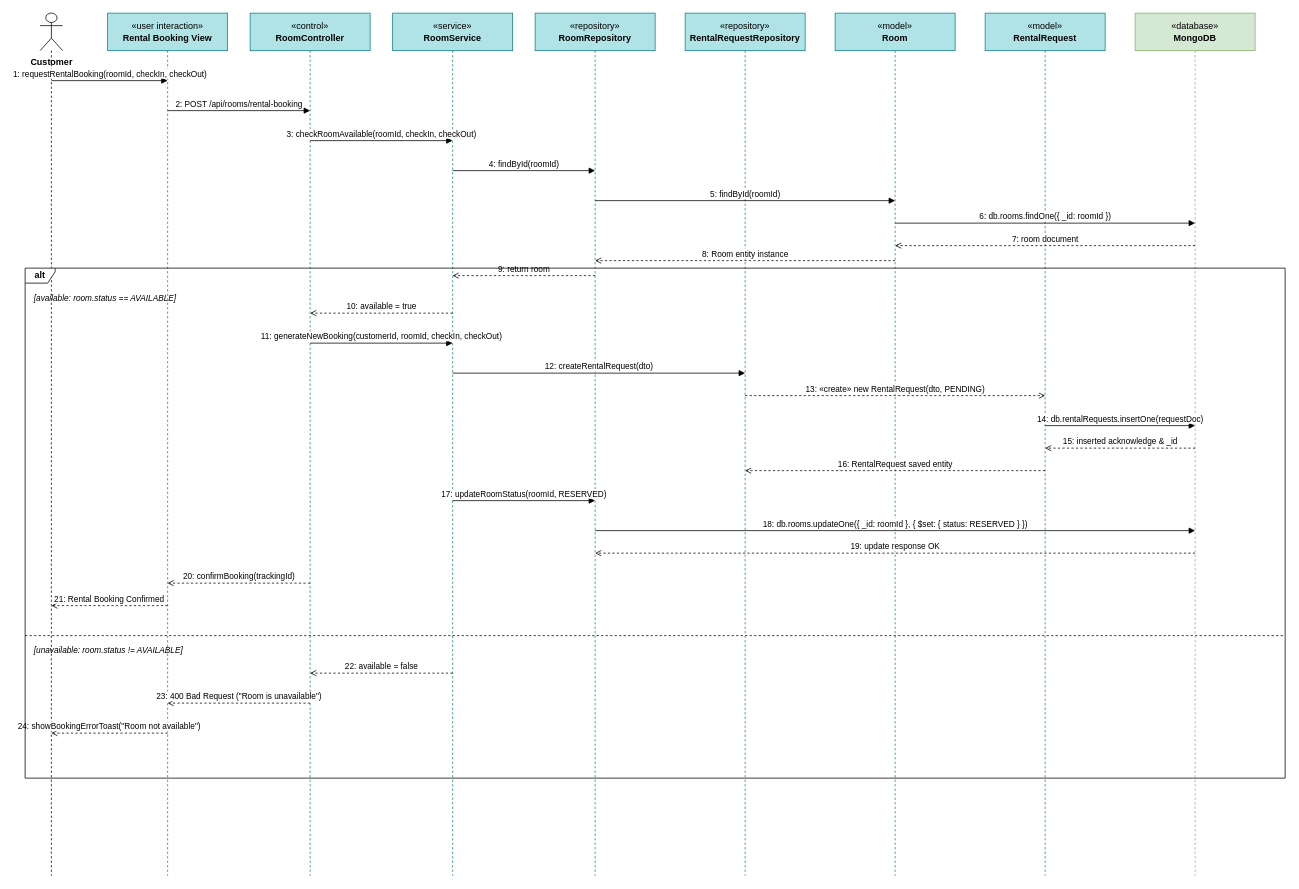
Earlier version of the draw.io diagram docs/diagrams/UC-M03_Request_Rental_SequenceDiagram.drawio (WanFJava/MotalManagementSystems). Source tidied: cells renumbered, new cells numbered last; positions are measured from the earlier drawing's top-left corner, leaving out a move shared by most shapes. Both pictures are drawn from the tidied source at 75%, with x=0, y=0 at pixel (25, 13).
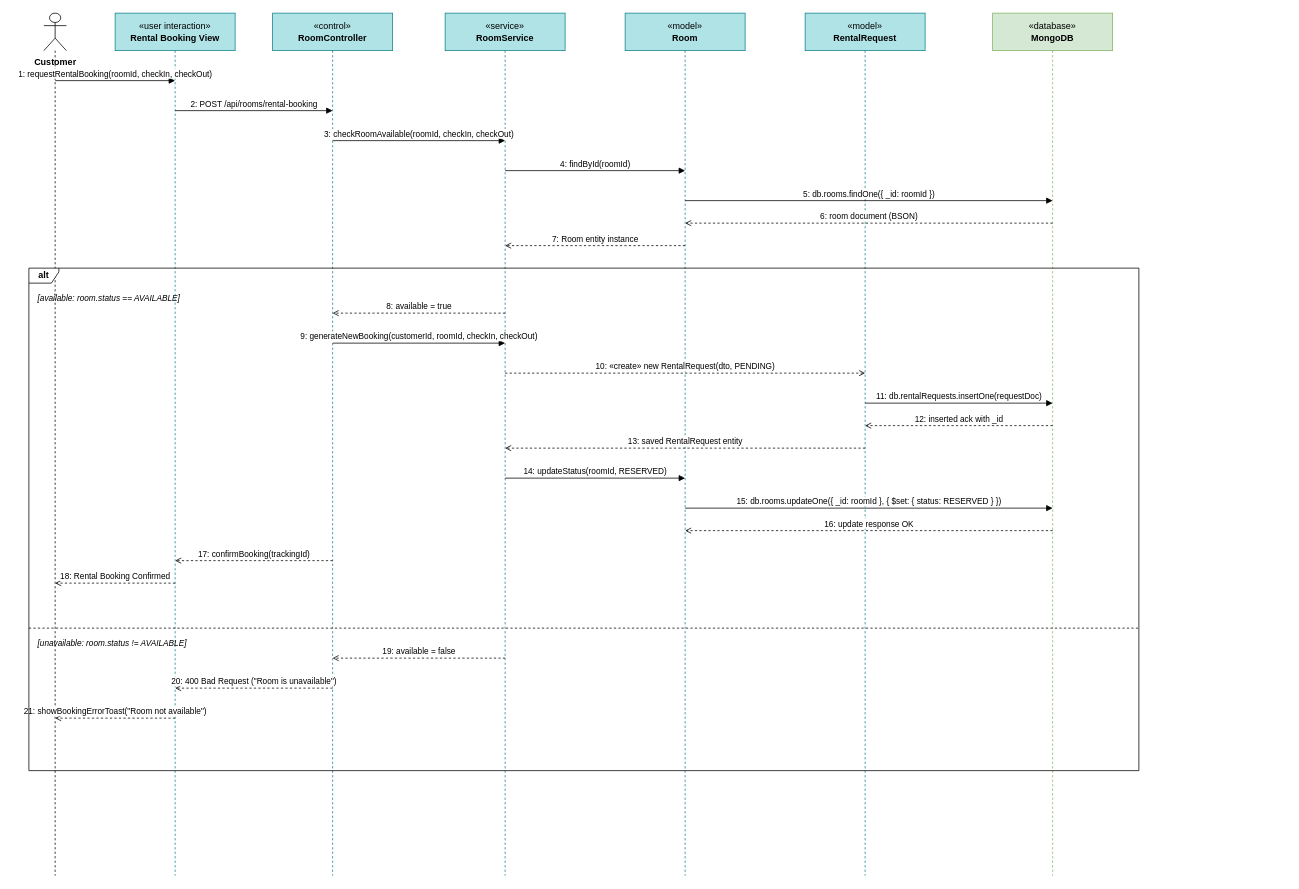
The same diagram, later.

What changed in the source:
```diff
@@
     <mxCell id="2" value="Customer" style="shape=umlLifeline;participant=umlActor;perimeter=lifelinePerimeter;whiteSpace=nowrap;html=1;verticalAlign=top;spacingTop=52;size=50;fontStyle=1;" parent="1" vertex="1">
-      <mxGeometry x="20" width="30" height="1150" as="geometry" />
+      <mxGeometry x="25" width="30" height="1150" as="geometry" />
     </mxCell>
     <mxCell id="3" value="&amp;laquo;user interaction&amp;raquo;&lt;br&gt;&lt;b&gt;Rental Booking View&lt;/b&gt;" style="shape=umlLifeline;perimeter=lifelinePerimeter;whiteSpace=wrap;html=1;size=50;fillColor=#b0e3e6;strokeColor=#0e8088;" parent="1" vertex="1">
-      <mxGeometry x="110" width="160" height="1150" as="geometry" />
+      <mxGeometry x="120" width="160" height="1150" as="geometry" />
     </mxCell>
     <mxCell id="4" value="&amp;laquo;control&amp;raquo;&lt;br&gt;&lt;b&gt;RoomController&lt;/b&gt;" style="shape=umlLifeline;perimeter=lifelinePerimeter;whiteSpace=wrap;html=1;size=50;fillColor=#b0e3e6;strokeColor=#0e8088;" parent="1" vertex="1">
-      <mxGeometry x="300" width="160" height="1150" as="geometry" />
+      <mxGeometry x="330" width="160" height="1150" as="geometry" />
     </mxCell>
     <mxCell id="5" value="&amp;laquo;service&amp;raquo;&lt;br&gt;&lt;b&gt;RoomService&lt;/b&gt;" style="shape=umlLifeline;perimeter=lifelinePerimeter;whiteSpace=wrap;html=1;size=50;fillColor=#b0e3e6;strokeColor=#0e8088;" parent="1" vertex="1">
-      <mxGeometry x="490" width="160" height="1150" as="geometry" />
+      <mxGeometry x="560" width="160" height="1150" as="geometry" />
     </mxCell>
-    <mxCell id="6" value="&amp;laquo;repository&amp;raquo;&lt;br&gt;&lt;b&gt;RoomRepository&lt;/b&gt;" style="shape=umlLifeline;perimeter=lifelinePerimeter;whiteSpace=wrap;html=1;size=50;fillColor=#b0e3e6;strokeColor=#0e8088;" parent="1" vertex="1">
-      <mxGeometry x="680" width="160" height="1150" as="geometry" />
+    <mxCell id="6" value="&amp;laquo;model&amp;raquo;&lt;br&gt;&lt;b&gt;Room&lt;/b&gt;" style="shape=umlLifeline;perimeter=lifelinePerimeter;whiteSpace=wrap;html=1;size=50;fillColor=#b0e3e6;strokeColor=#0e8088;" parent="1" vertex="1">
+      <mxGeometry x="800" width="160" height="1150" as="geometry" />
     </mxCell>
-    <mxCell id="7" value="&amp;laquo;repository&amp;raquo;&lt;br&gt;&lt;b&gt;RentalRequestRepository&lt;/b&gt;" style="shape=umlLifeline;perimeter=lifelinePerimeter;whiteSpace=wrap;html=1;size=50;fillColor=#b0e3e6;strokeColor=#0e8088;" parent="1" vertex="1">
-      <mxGeometry x="880" width="160" height="1150" as="geometry" />
+    <mxCell id="7" value="&amp;laquo;model&amp;raquo;&lt;br&gt;&lt;b&gt;RentalRequest&lt;/b&gt;" style="shape=umlLifeline;perimeter=lifelinePerimeter;whiteSpace=wrap;html=1;size=50;fillColor=#b0e3e6;strokeColor=#0e8088;" parent="1" vertex="1">
+      <mxGeometry x="1040" width="160" height="1150" as="geometry" />
     </mxCell>
-    <mxCell id="8" value="&amp;laquo;model&amp;raquo;&lt;br&gt;&lt;b&gt;Room&lt;/b&gt;" style="shape=umlLifeline;perimeter=lifelinePerimeter;whiteSpace=wrap;html=1;size=50;fillColor=#b0e3e6;strokeColor=#0e8088;" parent="1" vertex="1">
-      <mxGeometry x="1080" width="160" height="1150" as="geometry" />
+    <mxCell id="8" value="&amp;laquo;database&amp;raquo;&lt;br&gt;&lt;b&gt;MongoDB&lt;/b&gt;" style="shape=umlLifeline;perimeter=lifelinePerimeter;whiteSpace=wrap;html=1;size=50;fillColor=#d5e8d4;strokeColor=#82b366;" parent="1" vertex="1">
+      <mxGeometry x="1290" width="160" height="1150" as="geometry" />
     </mxCell>
-    <mxCell id="9" value="&amp;laquo;model&amp;raquo;&lt;br&gt;&lt;b&gt;RentalRequest&lt;/b&gt;" style="shape=umlLifeline;perimeter=lifelinePerimeter;whiteSpace=wrap;html=1;size=50;fillColor=#b0e3e6;strokeColor=#0e8088;" parent="1" vertex="1">
-      <mxGeometry x="1280" width="160" height="1150" as="geometry" />
-    </mxCell>
-    <mxCell id="10" value="&amp;laquo;database&amp;raquo;&lt;br&gt;&lt;b&gt;MongoDB&lt;/b&gt;" style="shape=umlLifeline;perimeter=lifelinePerimeter;whiteSpace=wrap;html=1;size=50;fillColor=#d5e8d4;strokeColor=#82b366;" parent="1" vertex="1">
-      <mxGeometry x="1480" width="160" height="1150" as="geometry" />
-    </mxCell>
     <mxCell id="11" value="1: requestRentalBooking(roomId, checkIn, checkOut)" style="endArrow=block;endFill=1;html=1;rounded=0;exitX=0.5;exitY=0;entryX=0.5;entryY=0;fontSize=11;verticalAlign=bottom;" parent="1" edge="1">
       <mxGeometry relative="1" as="geometry">
-        <mxPoint x="35" y="90" as="sourcePoint" />
-        <mxPoint x="190" y="90" as="targetPoint" />
+        <mxPoint x="40" y="90" as="sourcePoint" />
+        <mxPoint x="200" y="90" as="targetPoint" />
       </mxGeometry>
     </mxCell>
     <mxCell id="12" value="2: POST /api/rooms/rental-booking" style="endArrow=block;endFill=1;html=1;rounded=0;exitX=0.5;exitY=0;entryX=0.5;entryY=0;fontSize=11;verticalAlign=bottom;" parent="1" edge="1">
       <mxGeometry relative="1" as="geometry">
-        <mxPoint x="190" y="130" as="sourcePoint" />
-        <mxPoint x="380" y="130" as="targetPoint" />
+        <mxPoint x="200" y="130" as="sourcePoint" />
+        <mxPoint x="410" y="130" as="targetPoint" />
       </mxGeometry>
     </mxCell>
     <mxCell id="13" value="3: checkRoomAvailable(roomId, checkIn, checkOut)" style="endArrow=block;endFill=1;html=1;rounded=0;exitX=0.5;exitY=0;entryX=0.5;entryY=0;fontSize=11;verticalAlign=bottom;" parent="1" edge="1">
       <mxGeometry relative="1" as="geometry">
-        <mxPoint x="380" y="170" as="sourcePoint" />
-        <mxPoint x="570" y="170" as="targetPoint" />
+        <mxPoint x="410" y="170" as="sourcePoint" />
+        <mxPoint x="640" y="170" as="targetPoint" />
       </mxGeometry>
     </mxCell>
     <mxCell id="14" value="4: findById(roomId)" style="endArrow=block;endFill=1;html=1;rounded=0;exitX=0.5;exitY=0;entryX=0.5;entryY=0;fontSize=11;verticalAlign=bottom;" parent="1" edge="1">
       <mxGeometry relative="1" as="geometry">
-        <mxPoint x="570" y="210" as="sourcePoint" />
-        <mxPoint x="760" y="210" as="targetPoint" />
+        <mxPoint x="640" y="210" as="sourcePoint" />
+        <mxPoint x="880" y="210" as="targetPoint" />
       </mxGeometry>
     </mxCell>
-    <mxCell id="15" value="5: findById(roomId)" style="endArrow=block;endFill=1;html=1;rounded=0;exitX=0.5;exitY=0;entryX=0.5;entryY=0;fontSize=11;verticalAlign=bottom;" parent="1" edge="1">
+    <mxCell id="15" value="5: db.rooms.findOne({ _id: roomId })" style="endArrow=block;endFill=1;html=1;rounded=0;exitX=0.5;exitY=0;entryX=0.5;entryY=0;fontSize=11;verticalAlign=bottom;" parent="1" edge="1">
       <mxGeometry relative="1" as="geometry">
-        <mxPoint x="760" y="250" as="sourcePoint" />
-        <mxPoint x="1160" y="250" as="targetPoint" />
+        <mxPoint x="880" y="250" as="sourcePoint" />
+        <mxPoint x="1370" y="250" as="targetPoint" />
       </mxGeometry>
     </mxCell>
-    <mxCell id="16" value="6: db.rooms.findOne({ _id: roomId })" style="endArrow=block;endFill=1;html=1;rounded=0;exitX=0.5;exitY=0;entryX=0.5;entryY=0;fontSize=11;verticalAlign=bottom;" parent="1" edge="1">
+    <mxCell id="16" value="6: room document (BSON)" style="endArrow=open;dashed=1;endFill=0;html=1;rounded=0;exitX=0.5;exitY=0;entryX=0.5;entryY=0;fontSize=11;verticalAlign=bottom;" parent="1" edge="1">
       <mxGeometry relative="1" as="geometry">
-        <mxPoint x="1160" y="280" as="sourcePoint" />
-        <mxPoint x="1560" y="280" as="targetPoint" />
+        <mxPoint x="1370" y="280" as="sourcePoint" />
+        <mxPoint x="880" y="280" as="targetPoint" />
       </mxGeometry>
     </mxCell>
-    <mxCell id="17" value="7: room document" style="endArrow=open;dashed=1;endFill=0;html=1;rounded=0;exitX=0.5;exitY=0;entryX=0.5;entryY=0;fontSize=11;verticalAlign=bottom;" parent="1" edge="1">
+    <mxCell id="17" value="7: Room entity instance" style="endArrow=open;dashed=1;endFill=0;html=1;rounded=0;exitX=0.5;exitY=0;entryX=0.5;entryY=0;fontSize=11;verticalAlign=bottom;" parent="1" edge="1">
       <mxGeometry relative="1" as="geometry">
-        <mxPoint x="1560" y="310" as="sourcePoint" />
-        <mxPoint x="1160" y="310" as="targetPoint" />
+        <mxPoint x="880" y="310" as="sourcePoint" />
+        <mxPoint x="640" y="310" as="targetPoint" />
       </mxGeometry>
     </mxCell>
-    <mxCell id="18" value="8: Room entity instance" style="endArrow=open;dashed=1;endFill=0;html=1;rounded=0;exitX=0.5;exitY=0;entryX=0.5;entryY=0;fontSize=11;verticalAlign=bottom;" parent="1" edge="1">
+    <mxCell id="18" value="8: available = true" style="endArrow=open;dashed=1;endFill=0;html=1;rounded=0;exitX=0.5;exitY=0;entryX=0.5;entryY=0;fontSize=11;verticalAlign=bottom;" parent="1" edge="1">
       <mxGeometry relative="1" as="geometry">
-        <mxPoint x="1160" y="330" as="sourcePoint" />
-        <mxPoint x="760" y="330" as="targetPoint" />
+        <mxPoint x="640" y="400" as="sourcePoint" />
+        <mxPoint x="410" y="400" as="targetPoint" />
       </mxGeometry>
     </mxCell>
-    <mxCell id="19" value="9: return room" style="endArrow=open;dashed=1;endFill=0;html=1;rounded=0;exitX=0.5;exitY=0;entryX=0.5;entryY=0;fontSize=11;verticalAlign=bottom;" parent="1" edge="1">
+    <mxCell id="19" value="9: generateNewBooking(customerId, roomId, checkIn, checkOut)" style="endArrow=block;endFill=1;html=1;rounded=0;exitX=0.5;exitY=0;entryX=0.5;entryY=0;fontSize=11;verticalAlign=bottom;" parent="1" edge="1">
       <mxGeometry relative="1" as="geometry">
-        <mxPoint x="760" y="350" as="sourcePoint" />
-        <mxPoint x="570" y="350" as="targetPoint" />
+        <mxPoint x="410" y="440" as="sourcePoint" />
+        <mxPoint x="640" y="440" as="targetPoint" />
       </mxGeometry>
     </mxCell>
-    <mxCell id="20" value="10: available = true" style="endArrow=open;dashed=1;endFill=0;html=1;rounded=0;exitX=0.5;exitY=0;entryX=0.5;entryY=0;fontSize=11;verticalAlign=bottom;" parent="1" edge="1">
+    <mxCell id="20" value="10: «create» new RentalRequest(dto, PENDING)" style="endArrow=open;dashed=1;endFill=0;html=1;rounded=0;exitX=0.5;exitY=0;entryX=0.5;entryY=0;fontSize=11;verticalAlign=bottom;" parent="1" edge="1">
       <mxGeometry relative="1" as="geometry">
-        <mxPoint x="570" y="400" as="sourcePoint" />
-        <mxPoint x="380" y="400" as="targetPoint" />
+        <mxPoint x="640" y="480" as="sourcePoint" />
+        <mxPoint x="1120" y="480" as="targetPoint" />
       </mxGeometry>
     </mxCell>
-    <mxCell id="21" value="11: generateNewBooking(customerId, roomId, checkIn, checkOut)" style="endArrow=block;endFill=1;html=1;rounded=0;exitX=0.5;exitY=0;entryX=0.5;entryY=0;fontSize=11;verticalAlign=bottom;" parent="1" edge="1">
+    <mxCell id="21" value="11: db.rentalRequests.insertOne(requestDoc)" style="endArrow=block;endFill=1;html=1;rounded=0;exitX=0.5;exitY=0;entryX=0.5;entryY=0;fontSize=11;verticalAlign=bottom;" parent="1" edge="1">
       <mxGeometry relative="1" as="geometry">
-        <mxPoint x="380" y="440" as="sourcePoint" />
-        <mxPoint x="570" y="440" as="targetPoint" />
+        <mxPoint x="1120" y="520" as="sourcePoint" />
+        <mxPoint x="1370" y="520" as="targetPoint" />
       </mxGeometry>
     </mxCell>
-    <mxCell id="22" value="12: createRentalRequest(dto)" style="endArrow=block;endFill=1;html=1;rounded=0;exitX=0.5;exitY=0;entryX=0.5;entryY=0;fontSize=11;verticalAlign=bottom;" parent="1" edge="1">
+    <mxCell id="22" value="12: inserted ack with _id" style="endArrow=open;dashed=1;endFill=0;html=1;rounded=0;exitX=0.5;exitY=0;entryX=0.5;entryY=0;fontSize=11;verticalAlign=bottom;" parent="1" edge="1">
       <mxGeometry relative="1" as="geometry">
-        <mxPoint x="570" y="480" as="sourcePoint" />
-        <mxPoint x="960" y="480" as="targetPoint" />
+        <mxPoint x="1370" y="550" as="sourcePoint" />
+        <mxPoint x="1120" y="550" as="targetPoint" />
       </mxGeometry>
     </mxCell>
-    <mxCell id="23" value="13: «create» new RentalRequest(dto, PENDING)" style="endArrow=open;dashed=1;endFill=0;html=1;rounded=0;exitX=0.5;exitY=0;entryX=0.5;entryY=0;fontSize=11;verticalAlign=bottom;" parent="1" edge="1">
+    <mxCell id="23" value="13: saved RentalRequest entity" style="endArrow=open;dashed=1;endFill=0;html=1;rounded=0;exitX=0.5;exitY=0;entryX=0.5;entryY=0;fontSize=11;verticalAlign=bottom;" parent="1" edge="1">
       <mxGeometry relative="1" as="geometry">
-        <mxPoint x="960" y="510" as="sourcePoint" />
-        <mxPoint x="1360" y="510" as="targetPoint" />
+        <mxPoint x="1120" y="580" as="sourcePoint" />
+        <mxPoint x="640" y="580" as="targetPoint" />
       </mxGeometry>
     </mxCell>
-    <mxCell id="24" value="14: db.rentalRequests.insertOne(requestDoc)" style="endArrow=block;endFill=1;html=1;rounded=0;exitX=0.5;exitY=0;entryX=0.5;entryY=0;fontSize=11;verticalAlign=bottom;" parent="1" edge="1">
+    <mxCell id="24" value="14: updateStatus(roomId, RESERVED)" style="endArrow=block;endFill=1;html=1;rounded=0;exitX=0.5;exitY=0;entryX=0.5;entryY=0;fontSize=11;verticalAlign=bottom;" parent="1" edge="1">
       <mxGeometry relative="1" as="geometry">
-        <mxPoint x="1360" y="550" as="sourcePoint" />
-        <mxPoint x="1560" y="550" as="targetPoint" />
+        <mxPoint x="640" y="620" as="sourcePoint" />
+        <mxPoint x="880" y="620" as="targetPoint" />
       </mxGeometry>
     </mxCell>
-    <mxCell id="25" value="15: inserted acknowledge &amp; _id" style="endArrow=open;dashed=1;endFill=0;html=1;rounded=0;exitX=0.5;exitY=0;entryX=0.5;entryY=0;fontSize=11;verticalAlign=bottom;" parent="1" edge="1">
+    <mxCell id="25" value="15: db.rooms.updateOne({ _id: roomId }, { $set: { status: RESERVED } })" style="endArrow=block;endFill=1;html=1;rounded=0;exitX=0.5;exitY=0;entryX=0.5;entryY=0;fontSize=11;verticalAlign=bottom;" parent="1" edge="1">
       <mxGeometry relative="1" as="geometry">
-        <mxPoint x="1560" y="580" as="sourcePoint" />
-        <mxPoint x="1360" y="580" as="targetPoint" />
+        <mxPoint x="880" y="660" as="sourcePoint" />
+        <mxPoint x="1370" y="660" as="targetPoint" />
       </mxGeometry>
     </mxCell>
-    <mxCell id="26" value="16: RentalRequest saved entity" style="endArrow=open;dashed=1;endFill=0;html=1;rounded=0;exitX=0.5;exitY=0;entryX=0.5;entryY=0;fontSize=11;verticalAlign=bottom;" parent="1" edge="1">
+    <mxCell id="26" value="16: update response OK" style="endArrow=open;dashed=1;endFill=0;html=1;rounded=0;exitX=0.5;exitY=0;entryX=0.5;entryY=0;fontSize=11;verticalAlign=bottom;" parent="1" edge="1">
       <mxGeometry relative="1" as="geometry">
-        <mxPoint x="1360" y="610" as="sourcePoint" />
-        <mxPoint x="960" y="610" as="targetPoint" />
+        <mxPoint x="1370" y="690" as="sourcePoint" />
+        <mxPoint x="880" y="690" as="targetPoint" />
       </mxGeometry>
     </mxCell>
-    <mxCell id="27" value="17: updateRoomStatus(roomId, RESERVED)" style="endArrow=block;endFill=1;html=1;rounded=0;exitX=0.5;exitY=0;entryX=0.5;entryY=0;fontSize=11;verticalAlign=bottom;" parent="1" edge="1">
+    <mxCell id="27" value="17: confirmBooking(trackingId)" style="endArrow=open;dashed=1;endFill=0;html=1;rounded=0;exitX=0.5;exitY=0;entryX=0.5;entryY=0;fontSize=11;verticalAlign=bottom;" parent="1" edge="1">
       <mxGeometry relative="1" as="geometry">
-        <mxPoint x="570" y="650" as="sourcePoint" />
-        <mxPoint x="760" y="650" as="targetPoint" />
+        <mxPoint x="410" y="730" as="sourcePoint" />
+        <mxPoint x="200" y="730" as="targetPoint" />
       </mxGeometry>
     </mxCell>
-    <mxCell id="28" value="18: db.rooms.updateOne({ _id: roomId }, { $set: { status: RESERVED } })" style="endArrow=block;endFill=1;html=1;rounded=0;exitX=0.5;exitY=0;entryX=0.5;entryY=0;fontSize=11;verticalAlign=bottom;" parent="1" edge="1">
+    <mxCell id="28" value="18: Rental Booking Confirmed" style="endArrow=open;dashed=1;endFill=0;html=1;rounded=0;exitX=0.5;exitY=0;entryX=0.5;entryY=0;fontSize=11;verticalAlign=bottom;" parent="1" edge="1">
       <mxGeometry relative="1" as="geometry">
-        <mxPoint x="760" y="690" as="sourcePoint" />
-        <mxPoint x="1560" y="690" as="targetPoint" />
+        <mxPoint x="200" y="760" as="sourcePoint" />
+        <mxPoint x="40" y="760" as="targetPoint" />
       </mxGeometry>
     </mxCell>
-    <mxCell id="29" value="19: update response OK" style="endArrow=open;dashed=1;endFill=0;html=1;rounded=0;exitX=0.5;exitY=0;entryX=0.5;entryY=0;fontSize=11;verticalAlign=bottom;" parent="1" edge="1">
+    <mxCell id="29" value="19: available = false" style="endArrow=open;dashed=1;endFill=0;html=1;rounded=0;exitX=0.5;exitY=0;entryX=0.5;entryY=0;fontSize=11;verticalAlign=bottom;" parent="1" edge="1">
       <mxGeometry relative="1" as="geometry">
-        <mxPoint x="1560" y="720" as="sourcePoint" />
-        <mxPoint x="760" y="720" as="targetPoint" />
+        <mxPoint x="640" y="860" as="sourcePoint" />
+        <mxPoint x="410" y="860" as="targetPoint" />
       </mxGeometry>
     </mxCell>
-    <mxCell id="30" value="20: confirmBooking(trackingId)" style="endArrow=open;dashed=1;endFill=0;html=1;rounded=0;exitX=0.5;exitY=0;entryX=0.5;entryY=0;fontSize=11;verticalAlign=bottom;" parent="1" edge="1">
+    <mxCell id="30" value="20: 400 Bad Request (&quot;Room is unavailable&quot;)" style="endArrow=open;dashed=1;endFill=0;html=1;rounded=0;exitX=0.5;exitY=0;entryX=0.5;entryY=0;fontSize=11;verticalAlign=bottom;" parent="1" edge="1">
       <mxGeometry relative="1" as="geometry">
-        <mxPoint x="380" y="760" as="sourcePoint" />
-        <mxPoint x="190" y="760" as="targetPoint" />
+        <mxPoint x="410" y="900" as="sourcePoint" />
+        <mxPoint x="200" y="900" as="targetPoint" />
       </mxGeometry>
     </mxCell>
-    <mxCell id="31" value="21: Rental Booking Confirmed" style="endArrow=open;dashed=1;endFill=0;html=1;rounded=0;exitX=0.5;exitY=0;entryX=0.5;entryY=0;fontSize=11;verticalAlign=bottom;" parent="1" edge="1">
+    <mxCell id="31" value="21: showBookingErrorToast(&quot;Room not available&quot;)" style="endArrow=open;dashed=1;endFill=0;html=1;rounded=0;exitX=0.5;exitY=0;entryX=0.5;entryY=0;fontSize=11;verticalAlign=bottom;" parent="1" edge="1">
       <mxGeometry relative="1" as="geometry">
-        <mxPoint x="190" y="790" as="sourcePoint" />
-        <mxPoint x="35" y="790" as="targetPoint" />
+        <mxPoint x="200" y="940" as="sourcePoint" />
+        <mxPoint x="40" y="940" as="targetPoint" />
       </mxGeometry>
     </mxCell>
-    <mxCell id="32" value="22: available = false" style="endArrow=open;dashed=1;endFill=0;html=1;rounded=0;exitX=0.5;exitY=0;entryX=0.5;entryY=0;fontSize=11;verticalAlign=bottom;" parent="1" edge="1">
-      <mxGeometry relative="1" as="geometry">
-        <mxPoint x="570" y="880" as="sourcePoint" />
-        <mxPoint x="380" y="880" as="targetPoint" />
-      </mxGeometry>
-    </mxCell>
-    <mxCell id="33" value="23: 400 Bad Request (&quot;Room is unavailable&quot;)" style="endArrow=open;dashed=1;endFill=0;html=1;rounded=0;exitX=0.5;exitY=0;entryX=0.5;entryY=0;fontSize=11;verticalAlign=bottom;" parent="1" edge="1">
-      <mxGeometry relative="1" as="geometry">
-        <mxPoint x="380" y="920" as="sourcePoint" />
-        <mxPoint x="190" y="920" as="targetPoint" />
-      </mxGeometry>
-    </mxCell>
-    <mxCell id="34" value="24: showBookingErrorToast(&quot;Room not available&quot;)" style="endArrow=open;dashed=1;endFill=0;html=1;rounded=0;exitX=0.5;exitY=0;entryX=0.5;entryY=0;fontSize=11;verticalAlign=bottom;" parent="1" edge="1">
-      <mxGeometry relative="1" as="geometry">
-        <mxPoint x="190" y="960" as="sourcePoint" />
-        <mxPoint x="35" y="960" as="targetPoint" />
-      </mxGeometry>
-    </mxCell>
     <mxCell id="35" value="alt" style="shape=umlFrame;whiteSpace=wrap;html=1;width=40;height=20;fontSize=12;fontStyle=1;" parent="1" vertex="1">
-      <mxGeometry y="340" width="1680" height="680" as="geometry" />
+      <mxGeometry x="5" y="340" width="1480" height="670" as="geometry" />
     </mxCell>
     <mxCell id="36" value="[available: room.status == AVAILABLE]" style="text;html=1;strokeColor=none;fillColor=none;align=left;verticalAlign=middle;whiteSpace=wrap;rounded=0;fontSize=11;fontStyle=2;" parent="1" vertex="1">
-      <mxGeometry x="10" y="370" width="220" height="20" as="geometry" />
+      <mxGeometry x="15" y="370" width="240" height="20" as="geometry" />
     </mxCell>
     <mxCell id="37" style="endArrow=none;dashed=1;html=1;rounded=0;" parent="1" edge="1">
       <mxGeometry relative="1" as="geometry">
-        <mxPoint y="830" as="sourcePoint" />
-        <mxPoint x="1680" y="830" as="targetPoint" />
+        <mxPoint x="5" y="820" as="sourcePoint" />
+        <mxPoint x="1485" y="820" as="targetPoint" />
       </mxGeometry>
     </mxCell>
     <mxCell id="38" value="[unavailable: room.status != AVAILABLE]" style="text;html=1;strokeColor=none;fillColor=none;align=left;verticalAlign=middle;whiteSpace=wrap;rounded=0;fontSize=11;fontStyle=2;" parent="1" vertex="1">
-      <mxGeometry x="10" y="840" width="220" height="20" as="geometry" />
+      <mxGeometry x="15" y="830" width="240" height="20" as="geometry" />
     </mxCell>
```
